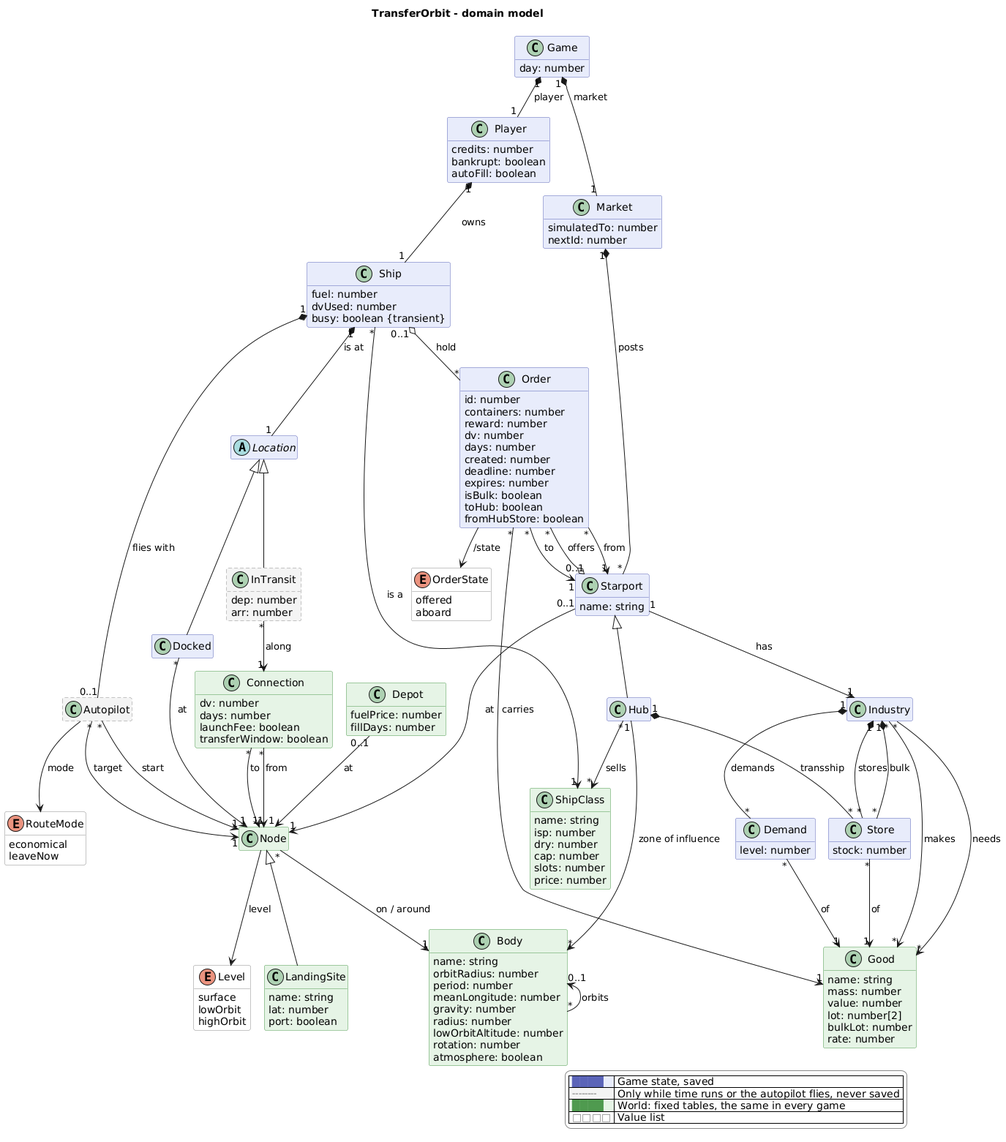
Earlier version of the PlantUML export docs/domain-model.png (scuzzar/TransferOrbit).
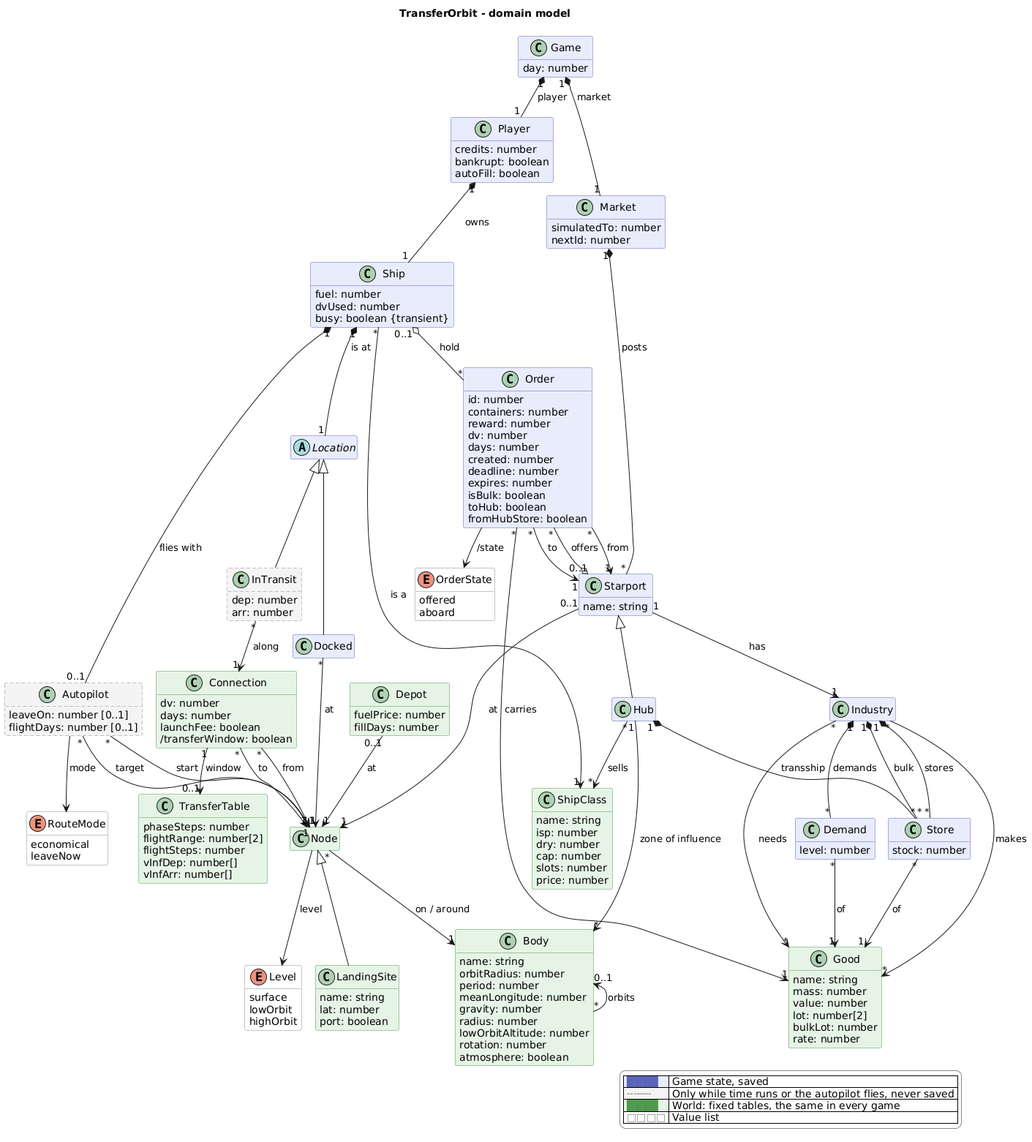
Above is the later version.

Diff of the diagram source:
```diff
@@ -50,7 +50,10 @@
     dep: number
     arr: number
   }
-  class Autopilot <<transient>>
+  class Autopilot <<transient>> {
+    leaveOn: number [0..1]
+    flightDays: number [0..1]
+  }
   enum RouteMode <<value>> {
     economical
     leaveNow
@@ -118,7 +121,14 @@
     dv: number
     days: number
     launchFee: boolean
-    transferWindow: boolean
+    /transferWindow: boolean
+  }
+  class TransferTable <<reference>> {
+    phaseSteps: number
+    flightRange: number[2]
+    flightSteps: number
+    vInfDep: number[]
+    vInfArr: number[]
   }
   class Industry
   class Good <<reference>> {
@@ -178,6 +188,7 @@
 Depot "0..1" --> "1" Node : at
 Connection "*" --> "1" Node : from
 Connection "*" --> "1" Node : to
+Connection "1" --> "0..1" TransferTable : window
 Industry "*" --> "*" Good : makes
 Industry "*" --> "*" Good : needs
 
```
